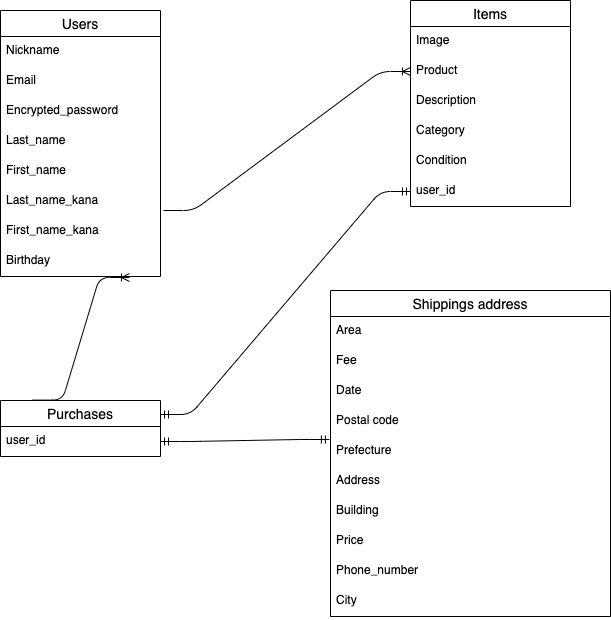
The draw.io diagram .drawio.png in Tomoki06arkw/furima-35818, before a commit. Source tidied: cells renumbered, new cells last; positions are measured from the earlier drawing's top-left corner, leaving out a move shared by most shapes.
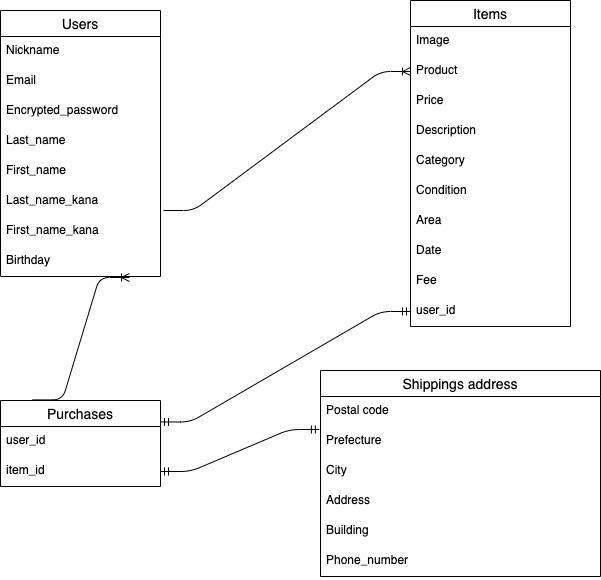
Above is the later version.

The edit, as a diff of the source:
```diff
@@ -30,7 +30,7 @@
       <mxGeometry y="236" width="160" height="30" as="geometry" />
     </mxCell>
     <mxCell id="11" value="Items" style="swimlane;fontStyle=0;horizontal=1;startSize=26;align=center;fontSize=14;" parent="1" vertex="1">
-      <mxGeometry x="410" width="160" height="206" as="geometry" />
+      <mxGeometry x="410" width="160" height="326" as="geometry" />
     </mxCell>
     <mxCell id="12" value="Image" style="text;strokeColor=none;fillColor=none;spacingLeft=4;spacingRight=4;overflow=hidden;fontSize=12;" parent="11" vertex="1">
       <mxGeometry y="26" width="160" height="30" as="geometry" />
@@ -38,57 +38,60 @@
     <mxCell id="13" value="Product" style="text;strokeColor=none;fillColor=none;spacingLeft=4;spacingRight=4;overflow=hidden;points=[[0,0.5],[1,0.5]];portConstraint=eastwest;fontSize=12;" parent="11" vertex="1">
       <mxGeometry y="56" width="160" height="30" as="geometry" />
     </mxCell>
+    <mxCell id="28" value="Price" style="text;strokeColor=none;fillColor=none;spacingLeft=4;spacingRight=4;overflow=hidden;fontSize=12;" parent="11" vertex="1">
+      <mxGeometry y="86" width="160" height="30" as="geometry" />
+    </mxCell>
     <mxCell id="14" value="Description" style="text;strokeColor=none;fillColor=none;spacingLeft=4;spacingRight=4;overflow=hidden;fontSize=12;" parent="11" vertex="1">
-      <mxGeometry y="86" width="160" height="30" as="geometry" />
+      <mxGeometry y="116" width="160" height="30" as="geometry" />
     </mxCell>
     <mxCell id="15" value="Category" style="text;strokeColor=none;fillColor=none;spacingLeft=4;spacingRight=4;overflow=hidden;fontSize=12;" parent="11" vertex="1">
-      <mxGeometry y="116" width="160" height="30" as="geometry" />
+      <mxGeometry y="146" width="160" height="30" as="geometry" />
     </mxCell>
     <mxCell id="16" value="Condition" style="text;strokeColor=none;fillColor=none;spacingLeft=4;spacingRight=4;overflow=hidden;fontSize=12;" parent="11" vertex="1">
-      <mxGeometry y="146" width="160" height="30" as="geometry" />
+      <mxGeometry y="176" width="160" height="30" as="geometry" />
     </mxCell>
+    <mxCell id="21" value="Area" style="text;strokeColor=none;fillColor=none;spacingLeft=4;spacingRight=4;overflow=hidden;fontSize=12;" parent="11" vertex="1">
+      <mxGeometry y="206" width="160" height="30" as="geometry" />
+    </mxCell>
+    <mxCell id="23" value="Date" style="text;strokeColor=none;fillColor=none;spacingLeft=4;spacingRight=4;overflow=hidden;fontSize=12;" parent="11" vertex="1">
+      <mxGeometry y="236" width="160" height="30" as="geometry" />
+    </mxCell>
+    <mxCell id="22" value="Fee" style="text;strokeColor=none;fillColor=none;spacingLeft=4;spacingRight=4;overflow=hidden;fontSize=12;" parent="11" vertex="1">
+      <mxGeometry y="266" width="160" height="30" as="geometry" />
+    </mxCell>
     <mxCell id="17" value="user_id" style="text;strokeColor=none;fillColor=none;spacingLeft=4;spacingRight=4;overflow=hidden;points=[[0,0.5],[1,0.5]];portConstraint=eastwest;fontSize=12;" parent="11" vertex="1">
-      <mxGeometry y="176" width="160" height="30" as="geometry" />
+      <mxGeometry y="296" width="160" height="30" as="geometry" />
     </mxCell>
     <mxCell id="18" value="Purchases" style="swimlane;fontStyle=0;horizontal=1;startSize=26;align=center;fontSize=14;" parent="1" vertex="1">
-      <mxGeometry y="400" width="160" height="56" as="geometry" />
+      <mxGeometry y="400" width="160" height="86" as="geometry" />
     </mxCell>
+    <mxCell id="35" value="user_id" style="text;strokeColor=none;fillColor=none;spacingLeft=4;spacingRight=4;overflow=hidden;fontSize=12;" parent="18" vertex="1">
+      <mxGeometry y="26" width="160" height="30" as="geometry" />
+    </mxCell>
-    <mxCell id="19" value="user_id" style="text;strokeColor=none;fillColor=none;spacingLeft=4;spacingRight=4;overflow=hidden;points=[[0,0.5],[1,0.5]];portConstraint=eastwest;fontSize=12;" parent="18" vertex="1">
-      <mxGeometry y="26" width="160" height="30" as="geometry" />
+    <mxCell id="19" value="item_id" style="text;strokeColor=none;fillColor=none;spacingLeft=4;spacingRight=4;overflow=hidden;points=[[0,0.5],[1,0.5]];portConstraint=eastwest;fontSize=12;" parent="18" vertex="1">
+      <mxGeometry y="56" width="160" height="30" as="geometry" />
     </mxCell>
     <mxCell id="20" value="Shippings address" style="swimlane;fontStyle=0;horizontal=1;startSize=26;align=center;fontSize=14;" parent="1" vertex="1">
-      <mxGeometry x="330" y="290" width="280" height="326" as="geometry" />
+      <mxGeometry x="320" y="370" width="280" height="206" as="geometry" />
     </mxCell>
-    <mxCell id="21" value="Area" style="text;strokeColor=none;fillColor=none;spacingLeft=4;spacingRight=4;overflow=hidden;fontSize=12;" parent="20" vertex="1">
-      <mxGeometry y="26" width="280" height="30" as="geometry" />
-    </mxCell>
-    <mxCell id="22" value="Fee" style="text;strokeColor=none;fillColor=none;spacingLeft=4;spacingRight=4;overflow=hidden;fontSize=12;" parent="20" vertex="1">
-      <mxGeometry y="56" width="280" height="30" as="geometry" />
-    </mxCell>
-    <mxCell id="23" value="Date" style="text;strokeColor=none;fillColor=none;spacingLeft=4;spacingRight=4;overflow=hidden;fontSize=12;" parent="20" vertex="1">
-      <mxGeometry y="86" width="280" height="30" as="geometry" />
-    </mxCell>
     <mxCell id="24" value="Postal code" style="text;strokeColor=none;fillColor=none;spacingLeft=4;spacingRight=4;overflow=hidden;fontSize=12;" parent="20" vertex="1">
-      <mxGeometry y="116" width="280" height="30" as="geometry" />
+      <mxGeometry y="26" width="280" height="30" as="geometry" />
     </mxCell>
     <mxCell id="25" value="Prefecture" style="text;strokeColor=none;fillColor=none;spacingLeft=4;spacingRight=4;overflow=hidden;points=[[0,0.5],[1,0.5]];portConstraint=eastwest;fontSize=12;" parent="20" vertex="1">
-      <mxGeometry y="146" width="280" height="30" as="geometry" />
+      <mxGeometry y="56" width="280" height="30" as="geometry" />
     </mxCell>
+    <mxCell id="30" value="City" style="text;strokeColor=none;fillColor=none;spacingLeft=4;spacingRight=4;overflow=hidden;fontSize=12;" parent="20" vertex="1">
+      <mxGeometry y="86" width="280" height="30" as="geometry" />
+    </mxCell>
     <mxCell id="26" value="Address" style="text;strokeColor=none;fillColor=none;spacingLeft=4;spacingRight=4;overflow=hidden;fontSize=12;" parent="20" vertex="1">
-      <mxGeometry y="176" width="280" height="30" as="geometry" />
+      <mxGeometry y="116" width="280" height="30" as="geometry" />
     </mxCell>
     <mxCell id="27" value="Building" style="text;strokeColor=none;fillColor=none;spacingLeft=4;spacingRight=4;overflow=hidden;fontSize=12;" parent="20" vertex="1">
-      <mxGeometry y="206" width="280" height="30" as="geometry" />
+      <mxGeometry y="146" width="280" height="30" as="geometry" />
     </mxCell>
-    <mxCell id="28" value="Price" style="text;strokeColor=none;fillColor=none;spacingLeft=4;spacingRight=4;overflow=hidden;fontSize=12;" parent="20" vertex="1">
-      <mxGeometry y="236" width="280" height="30" as="geometry" />
-    </mxCell>
     <mxCell id="29" value="Phone_number" style="text;strokeColor=none;fillColor=none;spacingLeft=4;spacingRight=4;overflow=hidden;fontSize=12;" parent="20" vertex="1">
-      <mxGeometry y="266" width="280" height="30" as="geometry" />
+      <mxGeometry y="176" width="280" height="30" as="geometry" />
     </mxCell>
-    <mxCell id="30" value="City" style="text;strokeColor=none;fillColor=none;spacingLeft=4;spacingRight=4;overflow=hidden;fontSize=12;" parent="20" vertex="1">
-      <mxGeometry y="296" width="280" height="30" as="geometry" />
-    </mxCell>
     <mxCell id="31" style="edgeStyle=entityRelationEdgeStyle;fontSize=12;html=1;endArrow=ERoneToMany;entryX=0;entryY=0.5;entryDx=0;entryDy=0;exitX=1.019;exitY=0.8;exitDx=0;exitDy=0;exitPerimeter=0;" parent="1" edge="1" source="8" target="13">
       <mxGeometry relative="1" as="geometry" />
     </mxCell>
```
